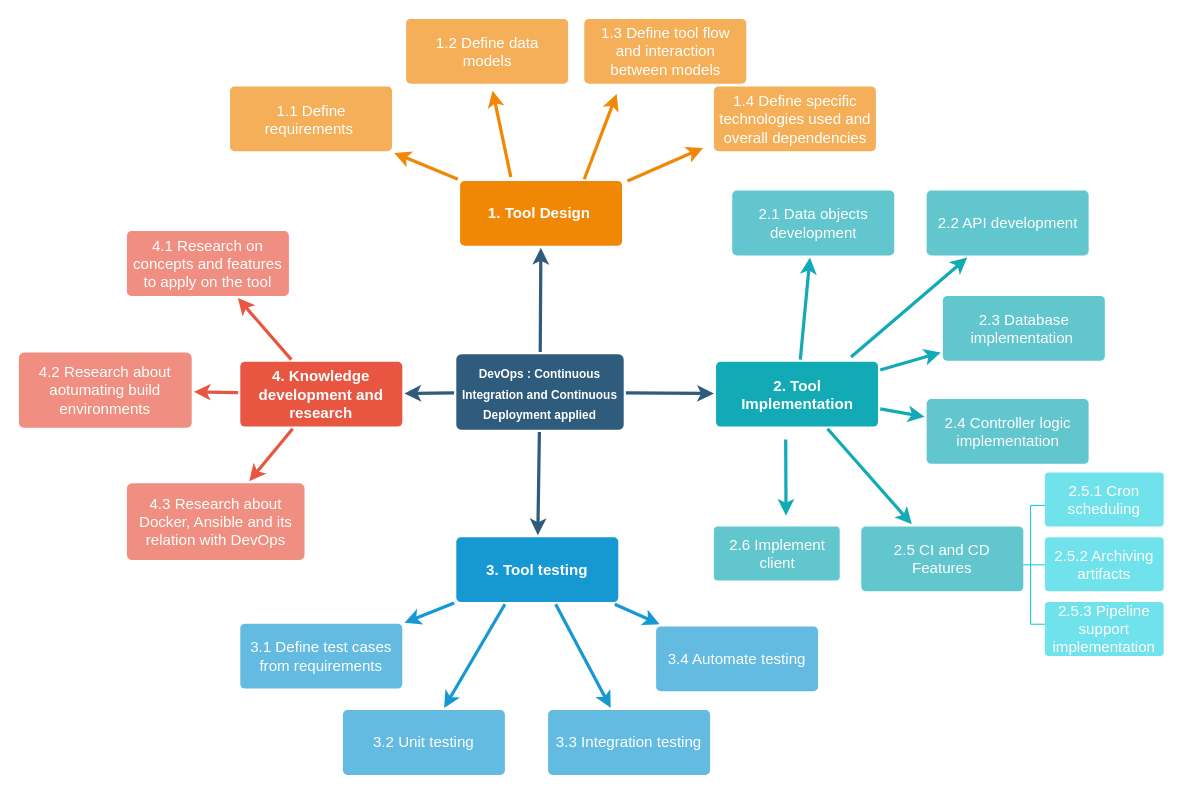
The draw.io diagram proj_proposal/wp_breakdown.drawio in HectorPascual/tfg_documents, before the edit. Source tidied: cells renumbered, new cells numbered last; positions are measured from the earlier drawing's top-left corner, leaving out a move shared by most shapes. Both pictures are drawn from the tidied source at 108%, with x=0, y=0 at pixel (18, 18).
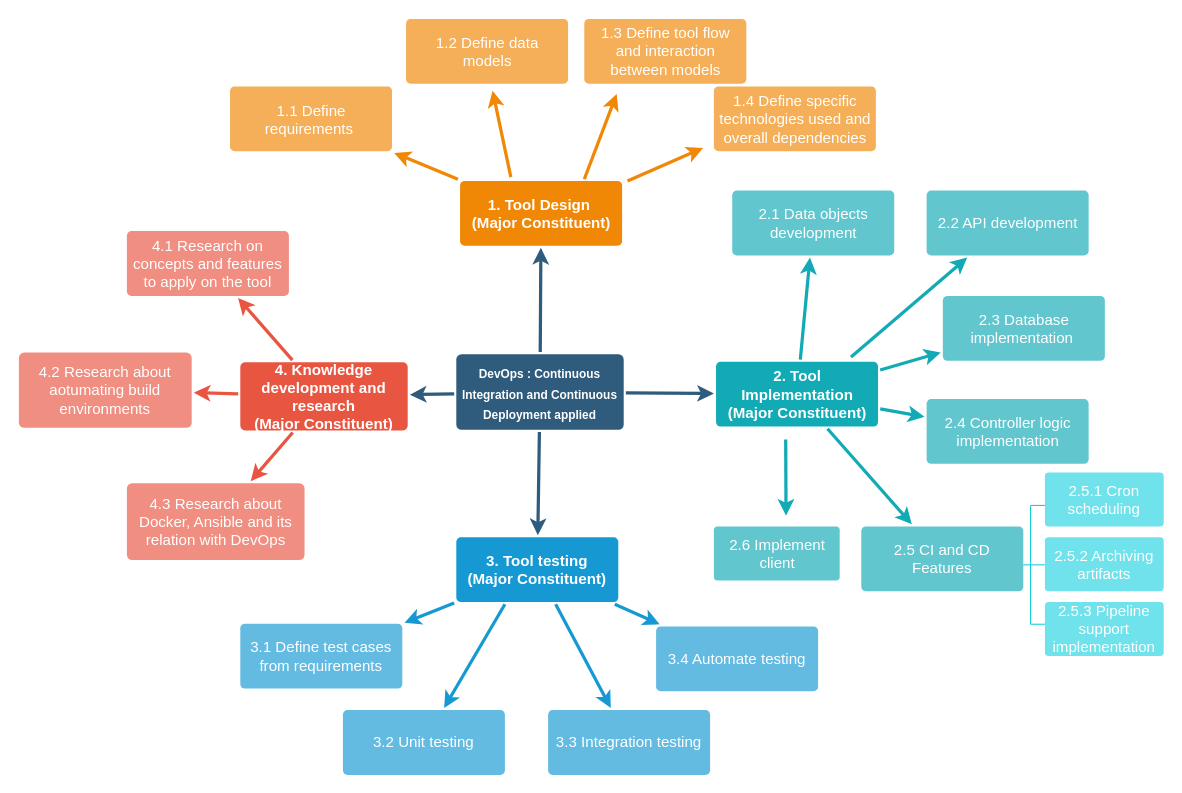
The same page after the edit.

Diff of the diagram source:
```diff
@@
-    <mxCell id="10" value="4. Knowledge development and research" style="rounded=1;whiteSpace=wrap;html=1;shadow=0;labelBackgroundColor=none;strokeColor=none;strokeWidth=3;fillColor=#e85642;fontFamily=Helvetica;fontSize=14;fontColor=#FFFFFF;align=center;spacing=5;fontStyle=1;arcSize=7;perimeterSpacing=2;" parent="1" vertex="1">
-      <mxGeometry x="205" y="317.5" width="150" height="60" as="geometry" />
+    <mxCell id="10" value="4. Knowledge development and research&lt;br&gt;(Major Constituent)" style="rounded=1;whiteSpace=wrap;html=1;shadow=0;labelBackgroundColor=none;strokeColor=none;strokeWidth=3;fillColor=#e85642;fontFamily=Helvetica;fontSize=14;fontColor=#FFFFFF;align=center;spacing=5;fontStyle=1;arcSize=7;perimeterSpacing=2;" parent="1" vertex="1">
+      <mxGeometry x="205" y="318" width="155" height="63" as="geometry" />
     </mxCell>
@@
-    <mxCell id="17" value="3. Tool testing" style="rounded=1;whiteSpace=wrap;html=1;shadow=0;labelBackgroundColor=none;strokeColor=none;strokeWidth=3;fillColor=#1699d3;fontFamily=Helvetica;fontSize=14;fontColor=#FFFFFF;align=center;spacing=5;fontStyle=1;arcSize=7;perimeterSpacing=2;" parent="1" vertex="1">
+    <mxCell id="17" value="3. Tool testing&lt;br&gt;(Major Constituent)" style="rounded=1;whiteSpace=wrap;html=1;shadow=0;labelBackgroundColor=none;strokeColor=none;strokeWidth=3;fillColor=#1699d3;fontFamily=Helvetica;fontSize=14;fontColor=#FFFFFF;align=center;spacing=5;fontStyle=1;arcSize=7;perimeterSpacing=2;" parent="1" vertex="1">
       <mxGeometry x="405" y="480" width="150" height="60" as="geometry" />
     </mxCell>
@@
-    <mxCell id="21" value="1. Tool Design&amp;nbsp;" style="rounded=1;whiteSpace=wrap;html=1;shadow=0;labelBackgroundColor=none;strokeColor=none;strokeWidth=3;fillColor=#F08705;fontFamily=Helvetica;fontSize=14;fontColor=#FFFFFF;align=center;spacing=5;fontStyle=1;arcSize=7;perimeterSpacing=2;" parent="1" vertex="1">
+    <mxCell id="21" value="1. Tool Design&amp;nbsp;&lt;br&gt;(Major Constituent)" style="rounded=1;whiteSpace=wrap;html=1;shadow=0;labelBackgroundColor=none;strokeColor=none;strokeWidth=3;fillColor=#F08705;fontFamily=Helvetica;fontSize=14;fontColor=#FFFFFF;align=center;spacing=5;fontStyle=1;arcSize=7;perimeterSpacing=2;" parent="1" vertex="1">
       <mxGeometry x="408.5" y="150" width="150" height="60" as="geometry" />
     </mxCell>
@@
-    <mxCell id="27" value="2. Tool Implementation" style="rounded=1;whiteSpace=wrap;html=1;shadow=0;labelBackgroundColor=none;strokeColor=none;strokeWidth=3;fillColor=#12aab5;fontFamily=Helvetica;fontSize=14;fontColor=#FFFFFF;align=center;spacing=5;fontStyle=1;arcSize=7;perimeterSpacing=2;" parent="1" vertex="1">
+    <mxCell id="27" value="2. Tool Implementation&lt;br&gt;(Major Constituent)" style="rounded=1;whiteSpace=wrap;html=1;shadow=0;labelBackgroundColor=none;strokeColor=none;strokeWidth=3;fillColor=#12aab5;fontFamily=Helvetica;fontSize=14;fontColor=#FFFFFF;align=center;spacing=5;fontStyle=1;arcSize=7;perimeterSpacing=2;" parent="1" vertex="1">
       <mxGeometry x="645.5" y="317.5" width="150" height="60" as="geometry" />
     </mxCell>
```
